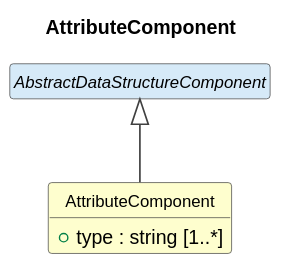
Before: cdif-uml-model/cdifDataStructure/Classes/AttributeComponent.svg, a diagram exported from PlantUML (Cross-Domain-Interoperability-Framework/metadataBuildingBlocks).
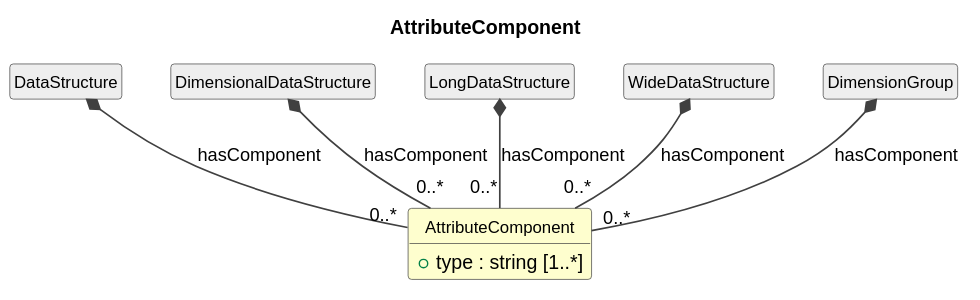
After the change.

Change to the diagram source:
```diff
@@ -13,6 +13,14 @@
 class "AttributeComponent" as AttributeComponent #FEFECE {
   +type : string [1..*]
 }
-abstract class "AbstractDataStructureComponent" as AbstractDataStructureComponent #D6EAF8
-AbstractDataStructureComponent <|-- AttributeComponent
+class "DataStructure" as DataStructure #EEEEEE
+DataStructure *-- "0..*" AttributeComponent : hasComponent
+class "DimensionalDataStructure" as DimensionalDataStructure #EEEEEE
+DimensionalDataStructure *-- "0..*" AttributeComponent : hasComponent
+class "LongDataStructure" as LongDataStructure #EEEEEE
+LongDataStructure *-- "0..*" AttributeComponent : hasComponent
+class "WideDataStructure" as WideDataStructure #EEEEEE
+WideDataStructure *-- "0..*" AttributeComponent : hasComponent
+class "DimensionGroup" as DimensionGroup #EEEEEE
+DimensionGroup *-- "0..*" AttributeComponent : hasComponent
 @enduml
```
